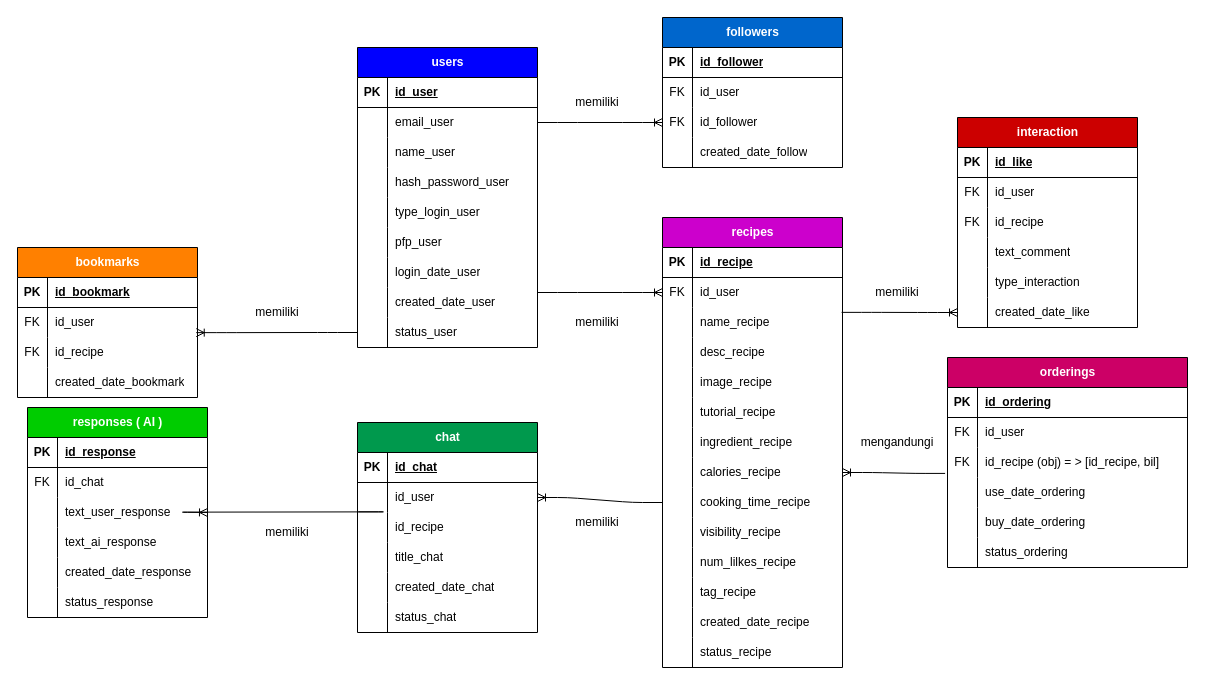
Earlier version of the draw.io diagram page "Page-1" (1 of 2) of documentation/diagram/erd.drawio (Danialdev01/ResepiSihat). Source tidied: cells renumbered, new cells numbered last; positions are measured from the earlier drawing's top-left corner, leaving out a move shared by most shapes. Both pictures are drawn from the tidied source at 100%, with x=0, y=0 at pixel (17, 17).
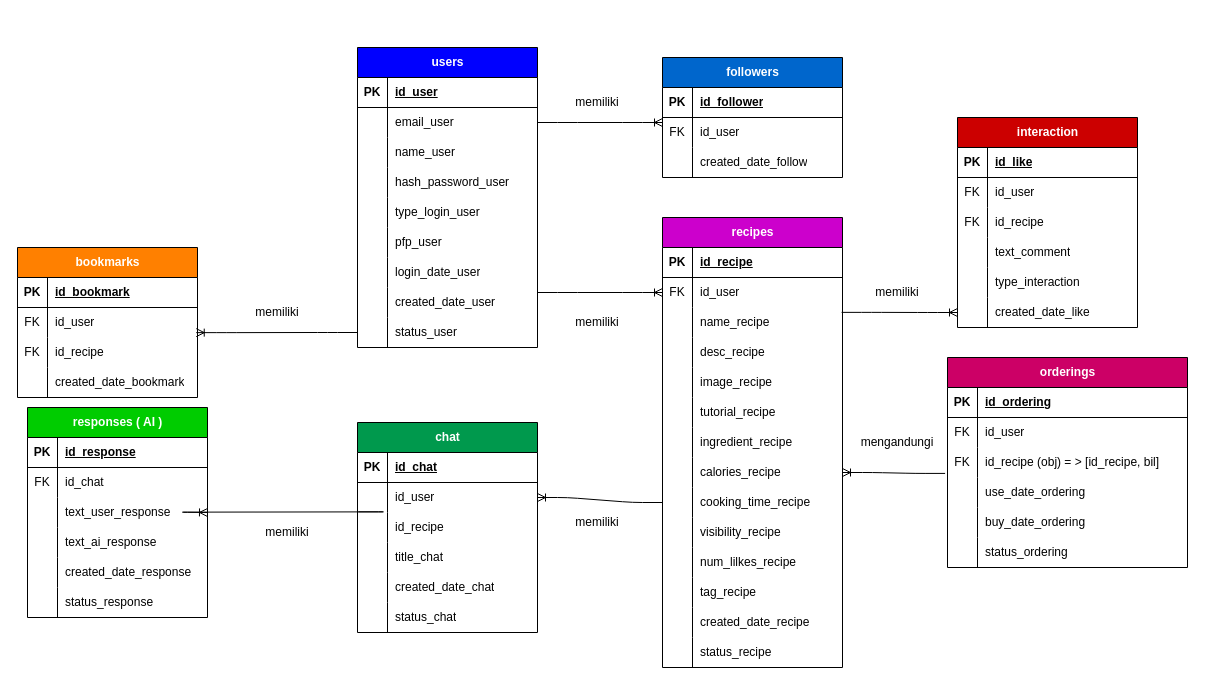
The same diagram, later.

The change refers to these unchanged cells:
```xml
<mxCell id="49" style="shape=tableRow;horizontal=0;startSize=0;swimlaneHead=0;swimlaneBody=0;fillColor=none;points=[[0,0.5],[1,0.5]];portConstraint=eastwest;top=0;left=0;right=0;bottom=0;" parent="45" vertex="1">
  <mxGeometry y="60" width="180" height="30" as="geometry" />
</mxCell>
```

The edit, as a diff of the source:
```diff
@@
     <mxCell id="143" value="&lt;span style=&quot;color: white;&quot;&gt;followers&lt;/span&gt;" style="shape=table;startSize=30;childLayout=tableLayout;rowLines=0;fontStyle=1;align=center;html=1;fillColor=#0066CC;" parent="1" vertex="1">
-      <mxGeometry x="645" width="180" height="150" as="geometry" />
+      <mxGeometry x="645" y="40" width="180" height="120" as="geometry" />
     </mxCell>
@@
-    <mxCell id="150" style="shape=tableRow;horizontal=0;startSize=0;swimlaneHead=0;swimlaneBody=0;fillColor=none;points=[[0,0.5],[1,0.5]];portConstraint=eastwest;top=0;left=0;right=0;bottom=0;" parent="143" vertex="1">
-      <mxGeometry y="90" width="180" height="30" as="geometry" />
-    </mxCell>
-    <mxCell id="151" value="FK" style="shape=partialRectangle;fillColor=none;top=0;left=0;bottom=0;right=0;overflow=hidden;whiteSpace=wrap;html=1;" parent="150" vertex="1">
-      <mxGeometry width="30" height="30" as="geometry" />
-    </mxCell>
-    <mxCell id="152" value="id_follower" style="shape=partialRectangle;fillColor=none;top=0;left=0;bottom=0;right=0;align=left;spacingLeft=6;overflow=hidden;whiteSpace=wrap;html=1;" parent="150" vertex="1">
-      <mxGeometry x="30" width="150" height="30" as="geometry" />
-    </mxCell>
     <mxCell id="153" style="shape=tableRow;horizontal=0;startSize=0;swimlaneHead=0;swimlaneBody=0;fillColor=none;top=0;left=0;right=0;bottom=0;" parent="143" vertex="1">
-      <mxGeometry y="120" width="180" height="30" as="geometry" />
+      <mxGeometry y="90" width="180" height="30" as="geometry" />
     </mxCell>
@@
-    <mxCell id="157" style="edgeStyle=entityRelationEdgeStyle;fontSize=12;html=1;endArrow=ERoneToMany;exitX=1;exitY=0.5;exitDx=0;exitDy=0;entryX=0;entryY=0.5;entryDx=0;entryDy=0;" parent="1" edge="1" source="49" target="150">
-      <mxGeometry relative="1" as="geometry" />
+    <mxCell id="157" style="edgeStyle=entityRelationEdgeStyle;fontSize=12;html=1;endArrow=ERoneToMany;exitX=1;exitY=0.5;exitDx=0;exitDy=0;entryX=0;entryY=0.5;entryDx=0;entryDy=0;" parent="1" edge="1" source="49">
+      <mxGeometry relative="1" as="geometry">
+        <mxPoint x="645" y="105" as="targetPoint" />
+      </mxGeometry>
     </mxCell>
```
